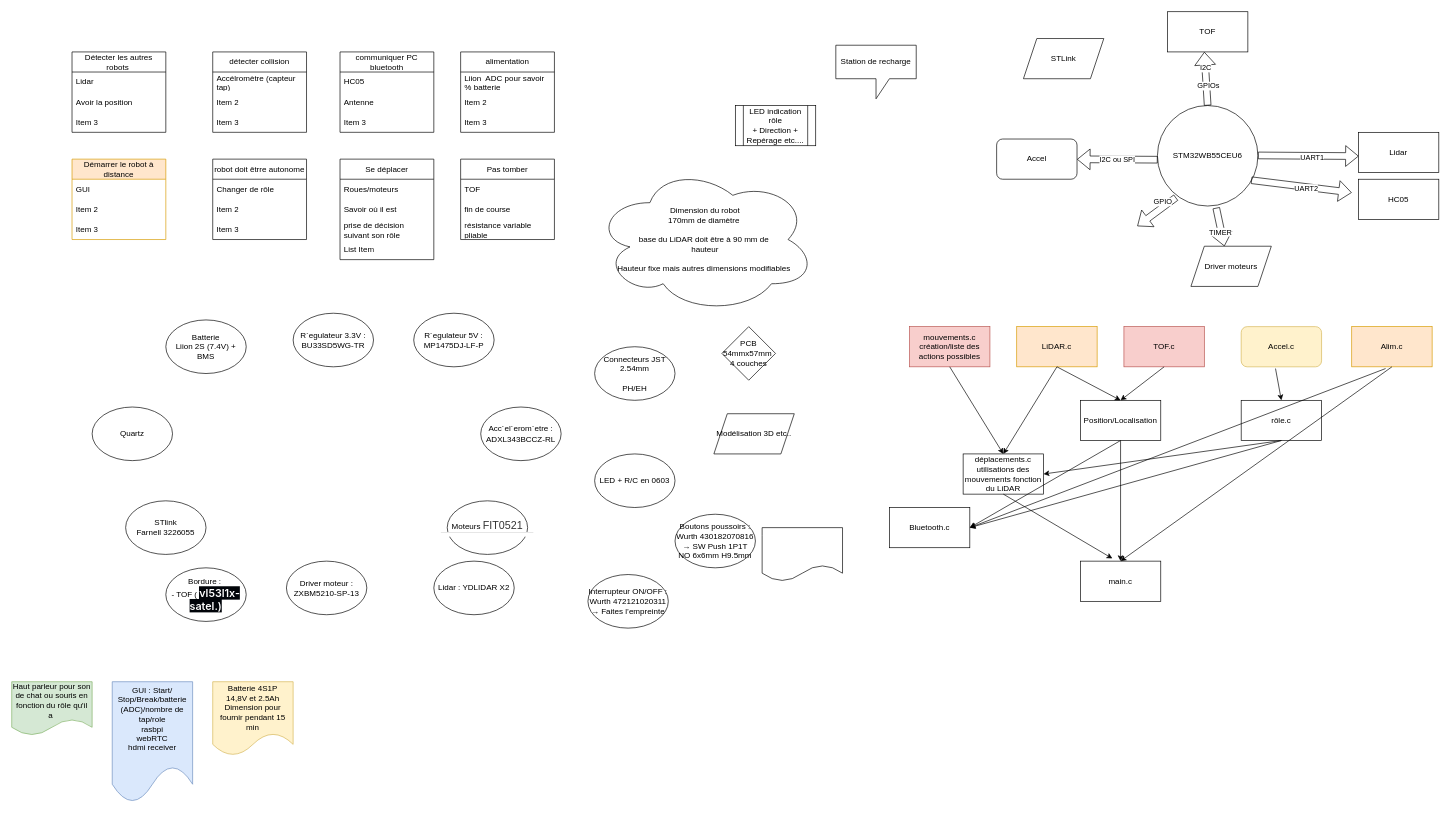
FernandesVincent/Projet-ESE-chat-robot keeps this draw.io diagram as Gestion/projet ESE.drawio. Above is the earlier version. Source tidied: cells renumbered, new cells numbered last; positions are measured from the earlier drawing's top-left corner, leaving out a move shared by most shapes. Both pictures are drawn from the tidied source at 67%, with x=0, y=0 at pixel (11, 11).
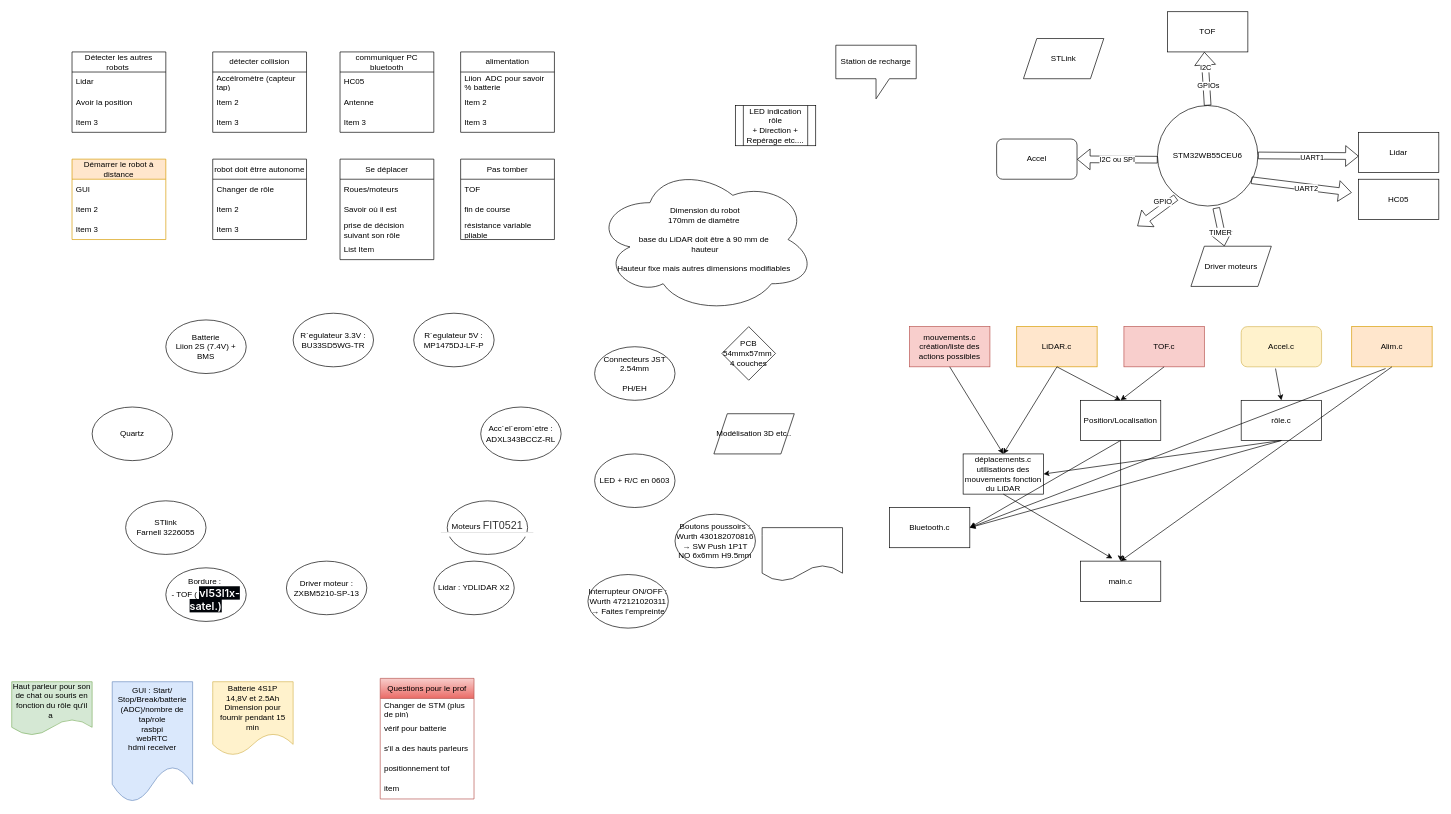
The same page after the edit.

Commit message:
Mettre à jour drawio

Diff of the diagram source:
```diff
@@
+    <mxCell id="99" value="Questions pour le prof" style="swimlane;fontStyle=0;horizontal=1;startSize=30;whiteSpace=wrap;html=1;fillColor=#f8cecc;strokeColor=#b85450;gradientColor=#ea6b66;" parent="1" vertex="1">
+      <mxGeometry x="550" y="995" width="140" height="180" as="geometry" />
+    </mxCell>
+    <mxCell id="100" value="Changer de STM (plus de pin)&lt;span style=&quot;white-space: pre;&quot;&gt;&#9;&lt;/span&gt;" style="text;strokeColor=none;fillColor=none;align=left;verticalAlign=middle;spacingLeft=4;spacingRight=4;overflow=hidden;whiteSpace=wrap;html=1;" parent="99" vertex="1">
+      <mxGeometry y="30" width="140" height="30" as="geometry" />
+    </mxCell>
+    <mxCell id="101" value="vérif pour batterie" style="text;strokeColor=none;fillColor=none;align=left;verticalAlign=middle;spacingLeft=4;spacingRight=4;overflow=hidden;whiteSpace=wrap;html=1;" parent="99" vertex="1">
+      <mxGeometry y="60" width="140" height="30" as="geometry" />
+    </mxCell>
+    <mxCell id="102" value="s'il a des hauts parleurs" style="text;strokeColor=none;fillColor=none;align=left;verticalAlign=middle;spacingLeft=4;spacingRight=4;overflow=hidden;whiteSpace=wrap;html=1;" parent="99" vertex="1">
+      <mxGeometry y="90" width="140" height="30" as="geometry" />
+    </mxCell>
+    <mxCell id="103" value="positionnement tof" style="text;strokeColor=none;fillColor=none;align=left;verticalAlign=middle;spacingLeft=4;spacingRight=4;overflow=hidden;whiteSpace=wrap;html=1;" parent="99" vertex="1">
+      <mxGeometry y="120" width="140" height="30" as="geometry" />
+    </mxCell>
+    <mxCell id="104" value="item" style="text;strokeColor=none;fillColor=none;align=left;verticalAlign=middle;spacingLeft=4;spacingRight=4;overflow=hidden;whiteSpace=wrap;html=1;" parent="99" vertex="1">
+      <mxGeometry y="150" width="140" height="30" as="geometry" />
+    </mxCell>
```
